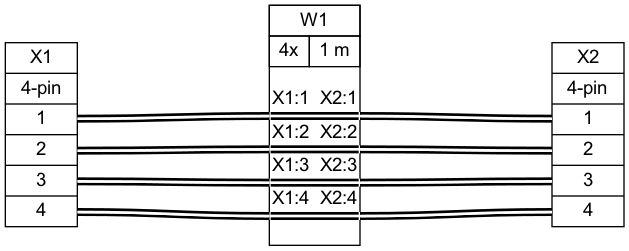
Before: tutorial/tutorial01.png, a diagram exported from Graphviz (wireviz/WireViz). Its source is kept beside it as tutorial/tutorial01.gv. The source it was exported from:
```dot
graph {
	graph [bgcolor=white fontname=arial nodesep=0.33 rankdir=LR ranksep=2]
	node [fillcolor=white fontname=arial shape=record style=filled]
	edge [fontname=arial style=bold]
	X1 [label="X1|{4-pin}|{{<p1r>1|<p2r>2|<p3r>3|<p4r>4}}"]
	X2 [label="X2|{4-pin}|{{<p1l>1|<p2l>2|<p3l>3|<p4l>4}}"]
	edge [color="#000000:#ffffff:#000000"]
	X1:p1r:e -- W1:w1:w
	W1:w1:e -- X2:p1l:w
	edge [color="#000000:#ffffff:#000000"]
	X1:p2r:e -- W1:w2:w
	W1:w2:e -- X2:p2l:w
	edge [color="#000000:#ffffff:#000000"]
	X1:p3r:e -- W1:w3:w
	W1:w3:e -- X2:p3l:w
	edge [color="#000000:#ffffff:#000000"]
	X1:p4r:e -- W1:w4:w
	W1:w4:e -- X2:p4l:w
	W1 [label=<<table border="0" cellspacing="0" cellpadding="0"><tr><td><table border="0" cellspacing="0" cellpadding="3" cellborder="1"><tr><td colspan="2">W1</td></tr><tr><td>4x</td><td>1 m</td></tr></table></td></tr><tr><td>&nbsp;</td></tr><tr><td><table border="0" cellspacing="0" cellborder="0"><tr><td>X1:1</td><td></td><td>X2:1</td></tr><tr><td colspan="3" cellpadding="0" height="6" bgcolor="#ffffff" border="2" sides="tb" port="w1"></td></tr><tr><td>X1:2</td><td></td><td>X2:2</td></tr><tr><td colspan="3" cellpadding="0" height="6" bgcolor="#ffffff" border="2" sides="tb" port="w2"></td></tr><tr><td>X1:3</td><td></td><td>X2:3</td></tr><tr><td colspan="3" cellpadding="0" height="6" bgcolor="#ffffff" border="2" sides="tb" port="w3"></td></tr><tr><td>X1:4</td><td></td><td>X2:4</td></tr><tr><td colspan="3" cellpadding="0" height="6" bgcolor="#ffffff" border="2" sides="tb" port="w4"></td></tr><tr><td>&nbsp;</td></tr></table></td></tr></table>> fillcolor=white margin=0 shape=box style=""]
}
```
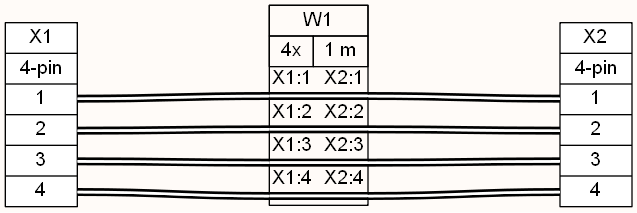
The same diagram one commit later.

Diff of the diagram source:
```diff
@@ -1,5 +1,5 @@
 graph {
-	graph [bgcolor=white fontname=arial nodesep=0.33 rankdir=LR ranksep=2]
+	graph [bgcolor="#fffbf8" fontname=arial nodesep=0.33 rankdir=LR ranksep=2]
 	node [fillcolor=white fontname=arial shape=record style=filled]
 	edge [fontname=arial style=bold]
 	X1 [label="X1|{4-pin}|{{<p1r>1|<p2r>2|<p3r>3|<p4r>4}}"]
@@ -16,5 +16,5 @@
 	edge [color="#000000:#ffffff:#000000"]
 	X1:p4r:e -- W1:w4:w
 	W1:w4:e -- X2:p4l:w
-	W1 [label=<<table border="0" cellspacing="0" cellpadding="0"><tr><td><table border="0" cellspacing="0" cellpadding="3" cellborder="1"><tr><td colspan="2">W1</td></tr><tr><td>4x</td><td>1 m</td></tr></table></td></tr><tr><td>&nbsp;</td></tr><tr><td><table border="0" cellspacing="0" cellborder="0"><tr><td>X1:1</td><td></td><td>X2:1</td></tr><tr><td colspan="3" cellpadding="0" height="6" bgcolor="#ffffff" border="2" sides="tb" port="w1"></td></tr><tr><td>X1:2</td><td></td><td>X2:2</td></tr><tr><td colspan="3" cellpadding="0" height="6" bgcolor="#ffffff" border="2" sides="tb" port="w2"></td></tr><tr><td>X1:3</td><td></td><td>X2:3</td></tr><tr><td colspan="3" cellpadding="0" height="6" bgcolor="#ffffff" border="2" sides="tb" port="w3"></td></tr><tr><td>X1:4</td><td></td><td>X2:4</td></tr><tr><td colspan="3" cellpadding="0" height="6" bgcolor="#ffffff" border="2" sides="tb" port="w4"></td></tr><tr><td>&nbsp;</td></tr></table></td></tr></table>> fillcolor=white margin=0 shape=box style=""]
+	W1 [label=<<table border="0" cellspacing="0" cellpadding="0"><tr><td><table border="0" cellspacing="0" cellpadding="3" cellborder="1"><tr><td colspan="2">W1</td></tr><tr><td>4x</td><td>1 m</td></tr></table></td></tr><tr><td></td></tr><tr><td><table border="0" cellspacing="0" cellborder="0"><tr><td>X1:1</td><td></td><td>X2:1</td></tr><tr><td colspan="3" border="0" cellspacing="0" cellpadding="0" port="w1" height="6"><table cellspacing="0" cellborder="0" border = "0"><tr><td colspan="3" cellpadding="0" height="2" bgcolor="#000000" border="0"></td></tr><tr><td colspan="3" cellpadding="0" height="2" bgcolor="#ffffff" border="0"></td></tr><tr><td colspan="3" cellpadding="0" height="2" bgcolor="#000000" border="0"></td></tr></table></td></tr><tr><td>X1:2</td><td></td><td>X2:2</td></tr><tr><td colspan="3" border="0" cellspacing="0" cellpadding="0" port="w2" height="6"><table cellspacing="0" cellborder="0" border = "0"><tr><td colspan="3" cellpadding="0" height="2" bgcolor="#000000" border="0"></td></tr><tr><td colspan="3" cellpadding="0" height="2" bgcolor="#ffffff" border="0"></td></tr><tr><td colspan="3" cellpadding="0" height="2" bgcolor="#000000" border="0"></td></tr></table></td></tr><tr><td>X1:3</td><td></td><td>X2:3</td></tr><tr><td colspan="3" border="0" cellspacing="0" cellpadding="0" port="w3" height="6"><table cellspacing="0" cellborder="0" border = "0"><tr><td colspan="3" cellpadding="0" height="2" bgcolor="#000000" border="0"></td></tr><tr><td colspan="3" cellpadding="0" height="2" bgcolor="#ffffff" border="0"></td></tr><tr><td colspan="3" cellpadding="0" height="2" bgcolor="#000000" border="0"></td></tr></table></td></tr><tr><td>X1:4</td><td></td><td>X2:4</td></tr><tr><td colspan="3" border="0" cellspacing="0" cellpadding="0" port="w4" height="6"><table cellspacing="0" cellborder="0" border = "0"><tr><td colspan="3" cellpadding="0" height="2" bgcolor="#000000" border="0"></td></tr><tr><td colspan="3" cellpadding="0" height="2" bgcolor="#ffffff" border="0"></td></tr><tr><td colspan="3" cellpadding="0" height="2" bgcolor="#000000" border="0"></td></tr></table></td></tr><tr><td></td></tr></table></td></tr></table>> fillcolor=white margin=0 shape=box style=""]
 }
```
